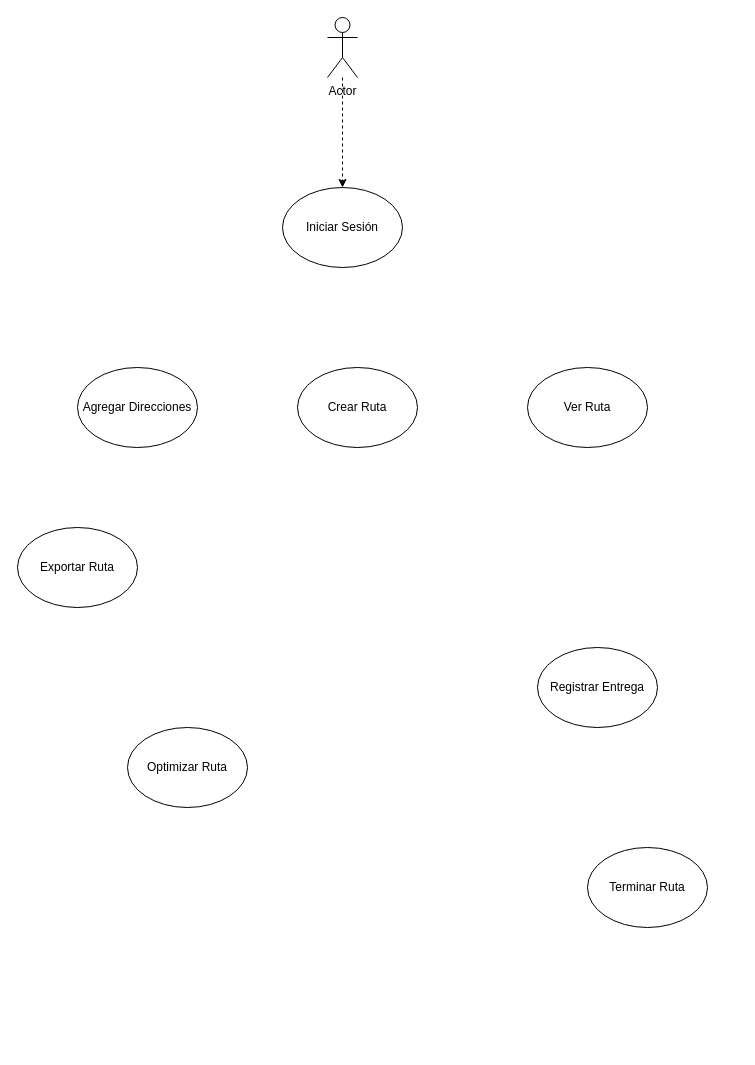
Above: Caso de uso.drawio in josecastilloUai/Diagramas (draw.io), before the change. Source tidied: cells renumbered, new cells numbered last; positions are measured from the earlier drawing's top-left corner, leaving out a move shared by most shapes. Both pictures are drawn from the tidied source at 100%, with x=0, y=0 at pixel (17, 17).
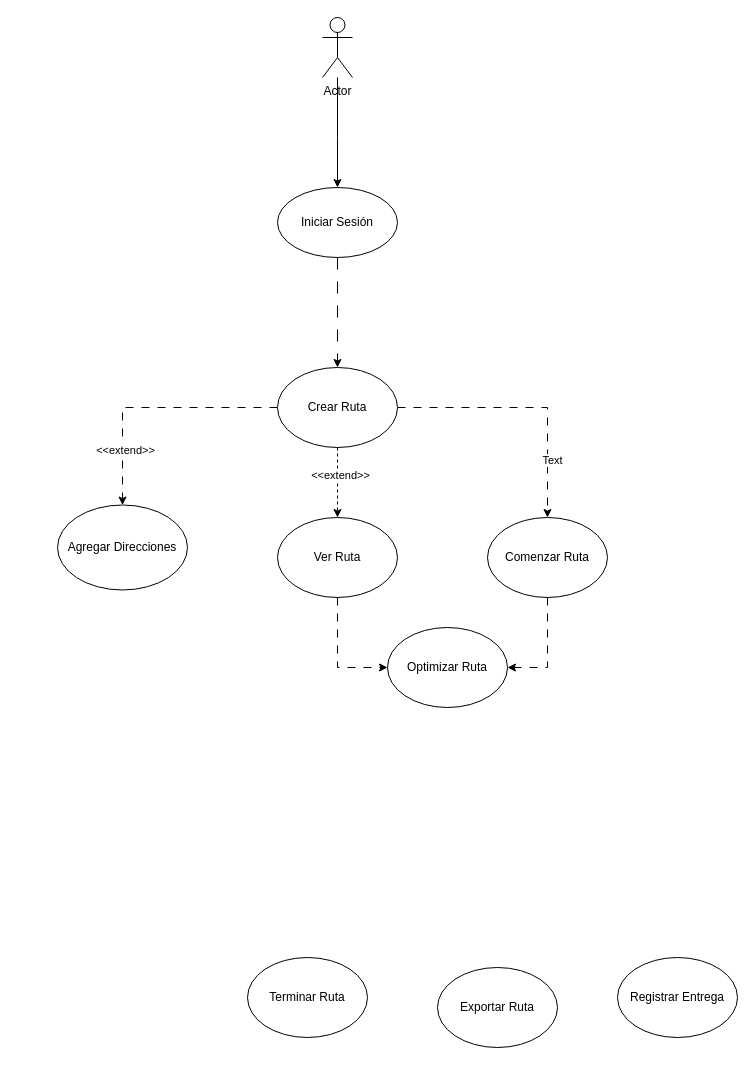
The same page after the edit.

Change to the diagram source:
```diff
@@
-    <mxCell id="2" style="edgeStyle=orthogonalEdgeStyle;rounded=0;jettySize=auto;html=1;dashed=1;" parent="1" edge="1" source="3" target="4">
-      <mxGeometry relative="1" as="geometry" />
+    <mxCell id="2" style="edgeStyle=orthogonalEdgeStyle;rounded=0;jettySize=auto;html=1;" parent="1" edge="1" source="3" target="4">
+      <mxGeometry relative="1" as="geometry">
+        <Array as="points">
+          <mxPoint x="320" y="120" />
+          <mxPoint x="320" y="120" />
+        </Array>
+      </mxGeometry>
     </mxCell>
     <mxCell id="3" value="Actor" style="shape=umlActor;verticalLabelPosition=bottom;verticalAlign=top;html=1;outlineConnect=0;" parent="1" vertex="1">
-      <mxGeometry x="310" width="30" height="60" as="geometry" />
+      <mxGeometry x="305" width="30" height="60" as="geometry" />
     </mxCell>
+    <mxCell id="12" style="edgeStyle=orthogonalEdgeStyle;rounded=0;jettySize=auto;html=1;entryX=0.5;entryY=0;entryDx=0;entryDy=0;dashed=1;dashPattern=12 12;" parent="1" edge="1" source="4" target="5">
+      <mxGeometry relative="1" as="geometry" />
+    </mxCell>
     <mxCell id="4" value="Iniciar Sesión" style="ellipse;whiteSpace=wrap;html=1;" parent="1" vertex="1">
-      <mxGeometry x="265" y="170" width="120" height="80" as="geometry" />
+      <mxGeometry x="260" y="170" width="120" height="70" as="geometry" />
     </mxCell>
+    <mxCell id="13" style="edgeStyle=orthogonalEdgeStyle;rounded=0;jettySize=auto;html=1;entryX=0.5;entryY=0;entryDx=0;entryDy=0;dashed=1;dashPattern=8 8;" parent="1" edge="1" source="5" target="7">
+      <mxGeometry relative="1" as="geometry" />
+    </mxCell>
+    <mxCell id="14" value="&amp;lt;&amp;lt;extend&amp;gt;&amp;gt;" style="edgeLabel;html=1;align=center;verticalAlign=middle;" parent="13" vertex="1">
+      <mxGeometry x="0.56" y="2" relative="1" as="geometry" />
+    </mxCell>
+    <mxCell id="15" style="edgeStyle=orthogonalEdgeStyle;rounded=0;jettySize=auto;html=1;entryX=0.5;entryY=0;entryDx=0;entryDy=0;dashed=1;" parent="1" edge="1" source="5" target="6">
+      <mxGeometry relative="1" as="geometry" />
+    </mxCell>
+    <mxCell id="16" value="&amp;lt;&amp;lt;extend&amp;gt;&amp;gt;" style="edgeLabel;html=1;align=center;verticalAlign=middle;" parent="15" vertex="1">
+      <mxGeometry x="-0.23" y="2" relative="1" as="geometry" />
+    </mxCell>
+    <mxCell id="17" style="edgeStyle=orthogonalEdgeStyle;rounded=0;jettySize=auto;html=1;entryX=0.5;entryY=0;entryDx=0;entryDy=0;dashed=1;dashPattern=8 8;" parent="1" edge="1" source="5" target="21">
+      <mxGeometry relative="1" as="geometry" />
+    </mxCell>
+    <mxCell id="18" value="Text" style="edgeLabel;html=1;align=center;verticalAlign=middle;" parent="17" vertex="1">
+      <mxGeometry x="0.55" y="4" relative="1" as="geometry" />
+    </mxCell>
     <mxCell id="5" value="Crear Ruta" style="ellipse;whiteSpace=wrap;html=1;" parent="1" vertex="1">
-      <mxGeometry x="280" y="350" width="120" height="80" as="geometry" />
+      <mxGeometry x="260" y="350" width="120" height="80" as="geometry" />
     </mxCell>
+    <mxCell id="19" style="edgeStyle=orthogonalEdgeStyle;rounded=0;jettySize=auto;html=1;entryX=0;entryY=0.5;entryDx=0;entryDy=0;dashed=1;dashPattern=8 8;" parent="1" edge="1" source="6" target="8">
+      <mxGeometry relative="1" as="geometry" />
+    </mxCell>
     <mxCell id="6" value="Ver Ruta" style="ellipse;whiteSpace=wrap;html=1;" parent="1" vertex="1">
-      <mxGeometry x="510" y="350" width="120" height="80" as="geometry" />
+      <mxGeometry x="260" y="500" width="120" height="80" as="geometry" />
     </mxCell>
     <mxCell id="7" value="Agregar Direcciones" style="ellipse;whiteSpace=wrap;html=1;" parent="1" vertex="1">
-      <mxGeometry x="60" y="350" width="120" height="80" as="geometry" />
+      <mxGeometry x="40" y="487.5" width="130" height="85" as="geometry" />
     </mxCell>
     <mxCell id="8" value="Optimizar Ruta " style="ellipse;whiteSpace=wrap;html=1;" parent="1" vertex="1">
-      <mxGeometry x="110" y="710" width="120" height="80" as="geometry" />
+      <mxGeometry x="370" y="610" width="120" height="80" as="geometry" />
     </mxCell>
     <mxCell id="9" value=" Exportar Ruta" style="ellipse;whiteSpace=wrap;html=1;" parent="1" vertex="1">
-      <mxGeometry y="510" width="120" height="80" as="geometry" />
+      <mxGeometry x="420" y="950" width="120" height="80" as="geometry" />
     </mxCell>
     <mxCell id="10" value="Registrar Entrega" style="ellipse;whiteSpace=wrap;html=1;" parent="1" vertex="1">
-      <mxGeometry x="520" y="630" width="120" height="80" as="geometry" />
+      <mxGeometry x="600" y="940" width="120" height="80" as="geometry" />
     </mxCell>
     <mxCell id="11" value="Terminar Ruta " style="ellipse;whiteSpace=wrap;html=1;" parent="1" vertex="1">
-      <mxGeometry x="570" y="830" width="120" height="80" as="geometry" />
+      <mxGeometry x="230" y="940" width="120" height="80" as="geometry" />
     </mxCell>
+    <mxCell id="20" style="edgeStyle=orthogonalEdgeStyle;rounded=0;jettySize=auto;html=1;entryX=1;entryY=0.5;entryDx=0;entryDy=0;dashed=1;dashPattern=8 8;" parent="1" edge="1" source="21" target="8">
+      <mxGeometry relative="1" as="geometry" />
+    </mxCell>
+    <mxCell id="21" value="Comenzar Ruta" style="ellipse;whiteSpace=wrap;html=1;" parent="1" vertex="1">
+      <mxGeometry x="470" y="500" width="120" height="80" as="geometry" />
+    </mxCell>
```
